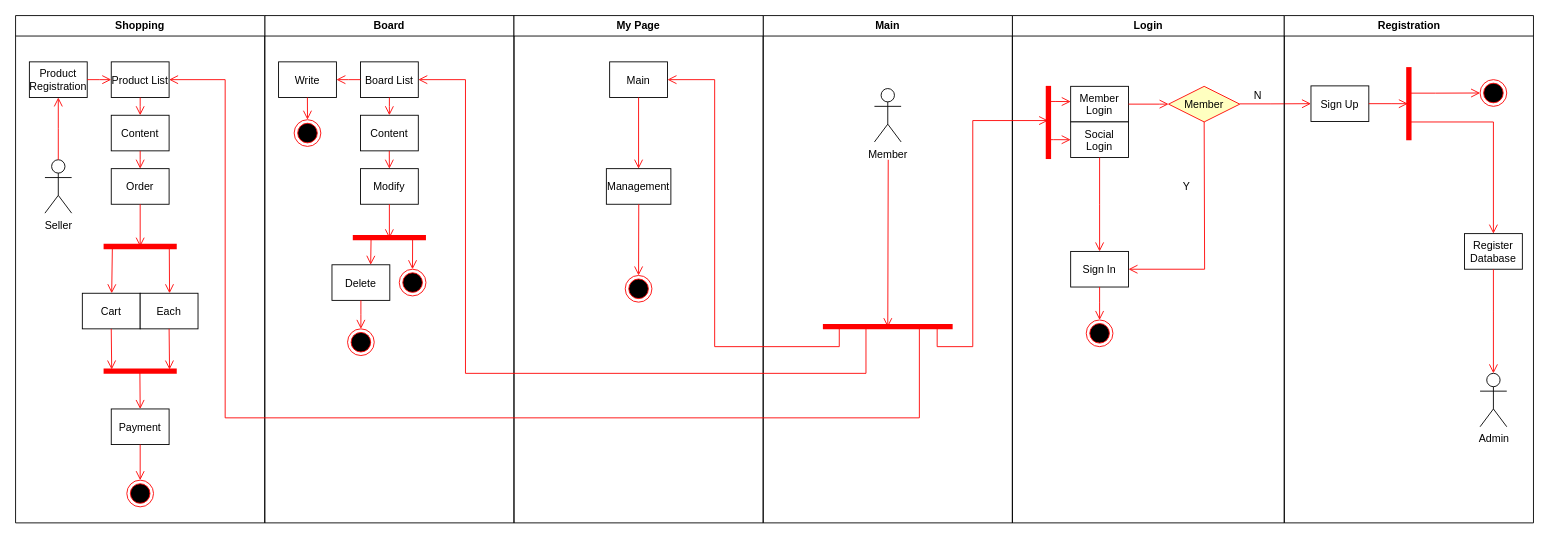
roqhdehd502/WebDev keeps this draw.io diagram as DBWebDev/UML.drawio. Above is the earlier version. Source tidied: cells renumbered, new cells numbered last; positions are measured from the earlier drawing's top-left corner, leaving out a move shared by most shapes. Both pictures are drawn from the tidied source at 89%, with x=0, y=0 at pixel (15, 15).
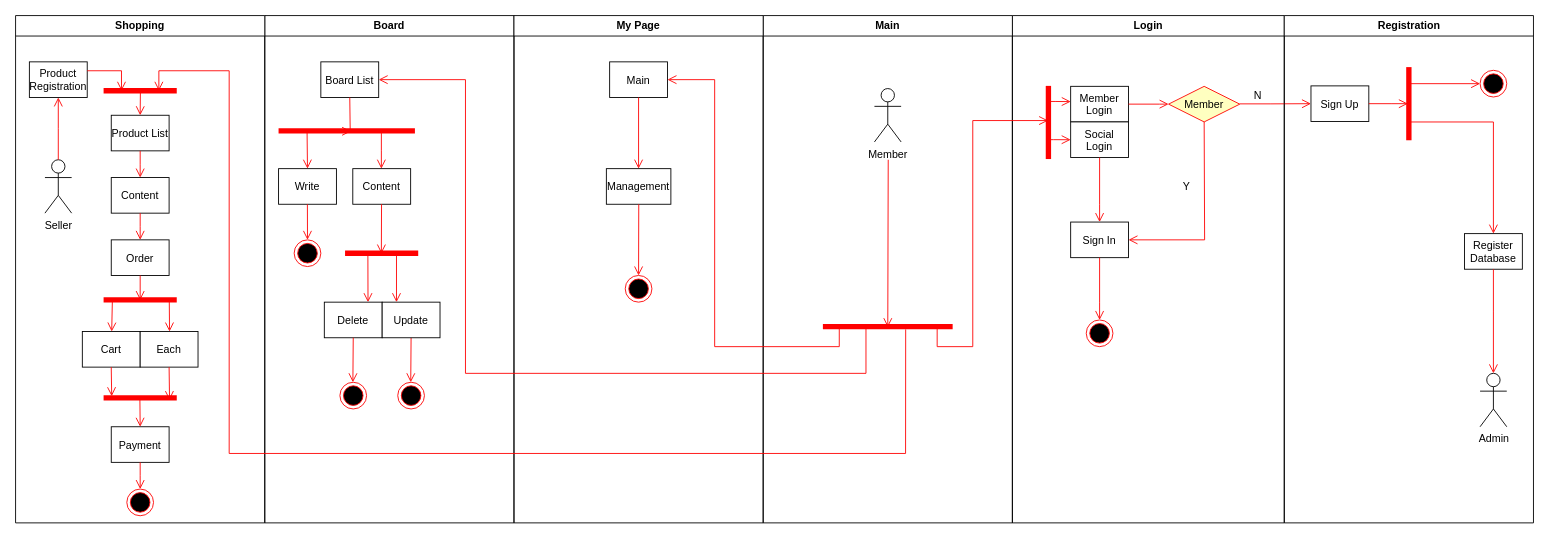
Above is the later version.

Unchanged cells that the change refers to:
```xml
<mxCell id="2" value="Login" style="swimlane;whiteSpace=wrap;" parent="1" vertex="1">
  <mxGeometry x="1120" width="305.5" height="570" as="geometry" />
</mxCell>
<mxCell id="18" value="Registration" style="swimlane;whiteSpace=wrap;" parent="1" vertex="1">
  <mxGeometry x="1425.5" width="280" height="570" as="geometry" />
</mxCell>
<mxCell id="24" style="shape=line;strokeWidth=6;strokeColor=#ff0000;rotation=90;" parent="18" vertex="1">
  <mxGeometry x="98.9" y="91.5" width="82.2" height="15" as="geometry" />
</mxCell>
<mxCell id="28" value="Main" style="swimlane;whiteSpace=wrap;" parent="1" vertex="1">
  <mxGeometry x="840" width="280" height="570" as="geometry" />
</mxCell>
<mxCell id="30" style="shape=line;strokeWidth=6;strokeColor=#ff0000;rotation=-180;" parent="28" vertex="1">
  <mxGeometry x="67.1" y="342" width="145.8" height="15" as="geometry" />
</mxCell>
<mxCell id="34" value="Board" style="swimlane;whiteSpace=wrap;startSize=23;" parent="1" vertex="1">
  <mxGeometry x="280" width="280" height="570" as="geometry" />
</mxCell>
<mxCell id="52" value="Shopping" style="swimlane;whiteSpace=wrap;startSize=23;" parent="1" vertex="1">
  <mxGeometry width="280" height="570" as="geometry" />
</mxCell>
<mxCell id="60" value="Product&#10;Registration" parent="52" vertex="1">
  <mxGeometry x="15.5" y="52" width="65" height="40" as="geometry" />
</mxCell>
```

Diff of the diagram source:
```diff
@@
     <mxCell id="11" value="Sign In" parent="2" vertex="1">
-      <mxGeometry x="65.5" y="265" width="65" height="40" as="geometry" />
+      <mxGeometry x="65.5" y="232" width="65" height="40" as="geometry" />
     </mxCell>
@@
     <mxCell id="20" style="ellipse;shape=endState;fillColor=#000000;strokeColor=#ff0000;" parent="18" vertex="1">
-      <mxGeometry x="220" y="72" width="30" height="30" as="geometry" />
+      <mxGeometry x="220" y="61.5" width="30" height="30" as="geometry" />
     </mxCell>
-    <mxCell id="21" style="edgeStyle=elbowEdgeStyle;elbow=horizontal;verticalAlign=bottom;endArrow=open;endSize=8;strokeColor=#FF0000;endFill=1;rounded=0;entryX=0;entryY=0.5;entryDx=0;entryDy=0;exitX=0.356;exitY=0.548;exitDx=0;exitDy=0;exitPerimeter=0;" parent="18" edge="1" source="24" target="20">
-      <mxGeometry x="-583" y="-560.3" as="geometry">
-        <Array as="points">
-          <mxPoint x="170" y="72" />
-        </Array>
-      </mxGeometry>
-    </mxCell>
@@
+    <mxCell id="21" style="edgeStyle=elbowEdgeStyle;elbow=horizontal;verticalAlign=bottom;endArrow=open;endSize=8;strokeColor=#FF0000;endFill=1;rounded=0;entryX=0;entryY=0.5;entryDx=0;entryDy=0;exitX=0.25;exitY=0.5;exitDx=0;exitDy=0;exitPerimeter=0;" parent="18" edge="1" source="24" target="20">
+      <mxGeometry x="-1099" y="-708.3" as="geometry">
+        <Array as="points">
+          <mxPoint x="140" y="77" />
+          <mxPoint x="165" y="77" />
+          <mxPoint x="179.5" y="80" />
+        </Array>
+      </mxGeometry>
+    </mxCell>
@@
-    <mxCell id="33" style="endArrow=none;html=1;strokeColor=#FF0000;" parent="28" edge="1">
-      <mxGeometry relative="1" as="geometry">
-        <mxPoint x="175.5" y="350" as="sourcePoint" />
-        <mxPoint x="175.5" y="452" as="targetPoint" />
-      </mxGeometry>
-    </mxCell>
@@
     <mxCell id="35" value="Board List" parent="34" vertex="1">
-      <mxGeometry x="107.5" y="52" width="65" height="40" as="geometry" />
+      <mxGeometry x="63" y="52" width="65" height="40" as="geometry" />
     </mxCell>
     <mxCell id="36" value="Content" parent="34" vertex="1">
-      <mxGeometry x="107.5" y="112" width="65" height="40" as="geometry" />
+      <mxGeometry x="98.9" y="172" width="65" height="40" as="geometry" />
     </mxCell>
     <mxCell id="37" value="Write" parent="34" vertex="1">
-      <mxGeometry x="15.5" y="52" width="65" height="40" as="geometry" />
+      <mxGeometry x="15.5" y="172" width="65" height="40" as="geometry" />
     </mxCell>
-    <mxCell id="38" value="Modify" parent="34" vertex="1">
-      <mxGeometry x="107.5" y="172" width="65" height="40" as="geometry" />
-    </mxCell>
-    <mxCell id="39" style="edgeStyle=elbowEdgeStyle;elbow=horizontal;verticalAlign=bottom;endArrow=open;endSize=8;strokeColor=#FF0000;endFill=1;rounded=0;entryX=0.5;entryY=0;entryDx=0;entryDy=0;exitX=0.5;exitY=1;exitDx=0;exitDy=0;" parent="34" edge="1" source="35" target="36">
-      <mxGeometry x="911" y="-196" as="geometry" />
-    </mxCell>
     <mxCell id="40" style="edgeStyle=elbowEdgeStyle;elbow=horizontal;verticalAlign=bottom;endArrow=open;endSize=8;strokeColor=#FF0000;endFill=1;rounded=0;entryX=0.5;entryY=0;entryDx=0;entryDy=0;exitX=0.5;exitY=1;exitDx=0;exitDy=0;" parent="34" edge="1" target="43">
-      <mxGeometry x="1494.4" y="-324" as="geometry">
-        <mxPoint x="47.9" y="92" as="sourcePoint" />
+      <mxGeometry x="1494.4" y="-204" as="geometry">
+        <mxPoint x="47.9" y="212" as="sourcePoint" />
       </mxGeometry>
     </mxCell>
-    <mxCell id="41" style="edgeStyle=elbowEdgeStyle;elbow=horizontal;verticalAlign=bottom;endArrow=open;endSize=8;strokeColor=#FF0000;endFill=1;rounded=0;entryX=0.5;entryY=0;entryDx=0;entryDy=0;exitX=0.5;exitY=1;exitDx=0;exitDy=0;" parent="34" edge="1">
-      <mxGeometry x="2261.9" y="-392" as="geometry">
-        <mxPoint x="139.9" y="152" as="sourcePoint" />
-        <mxPoint x="139.9" y="172" as="targetPoint" />
+    <mxCell id="41" style="edgeStyle=elbowEdgeStyle;elbow=horizontal;verticalAlign=bottom;endArrow=open;endSize=8;strokeColor=#FF0000;endFill=1;rounded=0;exitX=0.5;exitY=1;exitDx=0;exitDy=0;entryX=0.5;entryY=0.476;entryDx=0;entryDy=0;entryPerimeter=0;" parent="34" edge="1" target="45">
+      <mxGeometry x="2253.2" y="-332" as="geometry">
+        <mxPoint x="131.2" y="212" as="sourcePoint" />
       </mxGeometry>
     </mxCell>
     <mxCell id="42" style="ellipse;shape=endState;fillColor=#000000;strokeColor=#ff0000;" parent="34" vertex="1">
-      <mxGeometry x="151.1" y="285" width="30" height="30" as="geometry" />
+      <mxGeometry x="149.4" y="412" width="30" height="30" as="geometry" />
     </mxCell>
     <mxCell id="43" style="ellipse;shape=endState;fillColor=#000000;strokeColor=#ff0000;" parent="34" vertex="1">
-      <mxGeometry x="33" y="117" width="30" height="30" as="geometry" />
+      <mxGeometry x="33" y="252" width="30" height="30" as="geometry" />
     </mxCell>
-    <mxCell id="44" style="edgeStyle=elbowEdgeStyle;elbow=horizontal;verticalAlign=bottom;endArrow=open;endSize=8;strokeColor=#FF0000;endFill=1;rounded=0;entryX=1;entryY=0.5;entryDx=0;entryDy=0;exitX=0;exitY=0.5;exitDx=0;exitDy=0;" parent="34" edge="1" source="35" target="37">
-      <mxGeometry x="1596.5" y="-314" as="geometry" />
-    </mxCell>
     <mxCell id="45" style="shape=line;strokeWidth=6;strokeColor=#ff0000;rotation=-180;" parent="34" vertex="1">
-      <mxGeometry x="98.9" y="242" width="82.2" height="15" as="geometry" />
+      <mxGeometry x="90.2" y="259.5" width="82.2" height="15" as="geometry" />
     </mxCell>
-    <mxCell id="46" style="edgeStyle=elbowEdgeStyle;elbow=horizontal;verticalAlign=bottom;endArrow=open;endSize=8;strokeColor=#FF0000;endFill=1;rounded=0;entryX=0.504;entryY=0.45;entryDx=0;entryDy=0;exitX=0.5;exitY=1;exitDx=0;exitDy=0;entryPerimeter=0;" parent="34" edge="1" source="38" target="45">
-      <mxGeometry x="2937.4" y="-450" as="geometry" />
-    </mxCell>
     <mxCell id="47" value="Delete" parent="34" vertex="1">
-      <mxGeometry x="75.5" y="280" width="65" height="40" as="geometry" />
+      <mxGeometry x="66.9" y="322" width="65" height="40" as="geometry" />
     </mxCell>
-    <mxCell id="48" style="edgeStyle=elbowEdgeStyle;elbow=horizontal;verticalAlign=bottom;endArrow=open;endSize=8;strokeColor=#FF0000;endFill=1;rounded=0;exitX=0.75;exitY=0.5;exitDx=0;exitDy=0;exitPerimeter=0;" parent="34" edge="1" source="45" target="47">
-      <mxGeometry x="3588.7" y="-533" as="geometry" />
+    <mxCell id="48" style="edgeStyle=elbowEdgeStyle;elbow=horizontal;verticalAlign=bottom;endArrow=open;endSize=8;strokeColor=#FF0000;endFill=1;rounded=0;exitX=0.688;exitY=0.466;exitDx=0;exitDy=0;exitPerimeter=0;entryX=0.75;entryY=0;entryDx=0;entryDy=0;" parent="34" edge="1" source="45" target="47">
+      <mxGeometry x="3580.1" y="-453" as="geometry">
+        <Array as="points">
+          <mxPoint x="116" y="292" />
+        </Array>
+      </mxGeometry>
     </mxCell>
-    <mxCell id="49" style="edgeStyle=elbowEdgeStyle;elbow=horizontal;verticalAlign=bottom;endArrow=open;endSize=8;strokeColor=#FF0000;endFill=1;rounded=0;exitX=0.75;exitY=0.5;exitDx=0;exitDy=0;exitPerimeter=0;entryX=0.5;entryY=0;entryDx=0;entryDy=0;" parent="34" edge="1" target="42">
-      <mxGeometry x="4310.8" y="-661" as="geometry">
-        <mxPoint x="166.1" y="249.5" as="sourcePoint" />
+    <mxCell id="49" style="edgeStyle=elbowEdgeStyle;elbow=horizontal;verticalAlign=bottom;endArrow=open;endSize=8;strokeColor=#FF0000;endFill=1;rounded=0;exitX=0.5;exitY=1;exitDx=0;exitDy=0;entryX=0.5;entryY=0;entryDx=0;entryDy=0;" parent="34" edge="1" source="38" target="42">
+      <mxGeometry x="4288.1" y="-581" as="geometry">
+        <Array as="points">
+          <mxPoint x="164" y="382" />
+        </Array>
       </mxGeometry>
     </mxCell>
     <mxCell id="50" style="ellipse;shape=endState;fillColor=#000000;strokeColor=#ff0000;" parent="34" vertex="1">
-      <mxGeometry x="93" y="352" width="30" height="30" as="geometry" />
+      <mxGeometry x="84.4" y="412" width="30" height="30" as="geometry" />
     </mxCell>
     <mxCell id="51" style="edgeStyle=elbowEdgeStyle;elbow=horizontal;verticalAlign=bottom;endArrow=open;endSize=8;strokeColor=#FF0000;endFill=1;rounded=0;exitX=0.5;exitY=1;exitDx=0;exitDy=0;entryX=0.5;entryY=0;entryDx=0;entryDy=0;" parent="34" edge="1" source="47" target="50">
-      <mxGeometry x="4965.8" y="-692" as="geometry" />
+      <mxGeometry x="4957.1" y="-600" as="geometry">
+        <Array as="points">
+          <mxPoint x="99" y="392" />
+          <mxPoint x="116" y="392" />
+        </Array>
+      </mxGeometry>
     </mxCell>
+    <mxCell id="87" style="shape=line;strokeWidth=6;strokeColor=#ff0000;rotation=-180;" parent="34" vertex="1">
+      <mxGeometry x="15.5" y="122" width="153.2" height="15" as="geometry" />
+    </mxCell>
+    <mxCell id="88" style="edgeStyle=elbowEdgeStyle;elbow=horizontal;verticalAlign=bottom;endArrow=open;endSize=8;strokeColor=#FF0000;endFill=1;rounded=0;exitX=0.5;exitY=1;exitDx=0;exitDy=0;" parent="34" edge="1" source="35">
+      <mxGeometry x="3498.8" y="-679.6" as="geometry">
+        <mxPoint x="97" y="130" as="targetPoint" />
+      </mxGeometry>
+    </mxCell>
+    <mxCell id="89" style="edgeStyle=elbowEdgeStyle;elbow=horizontal;verticalAlign=bottom;endArrow=open;endSize=8;strokeColor=#FF0000;endFill=1;rounded=0;" parent="34" edge="1">
+      <mxGeometry x="4069.1" y="-747.6" as="geometry">
+        <mxPoint x="131" y="132" as="sourcePoint" />
+        <mxPoint x="131" y="172" as="targetPoint" />
+      </mxGeometry>
+    </mxCell>
+    <mxCell id="90" style="edgeStyle=elbowEdgeStyle;elbow=horizontal;verticalAlign=bottom;endArrow=open;endSize=8;strokeColor=#FF0000;endFill=1;rounded=0;exitX=0.791;exitY=0.452;exitDx=0;exitDy=0;exitPerimeter=0;" parent="34" edge="1" source="87">
+      <mxGeometry x="4555.9" y="-875.6" as="geometry">
+        <mxPoint x="48" y="172" as="targetPoint" />
+      </mxGeometry>
+    </mxCell>
+    <mxCell id="38" value="Update" parent="34" vertex="1">
+      <mxGeometry x="131.9" y="322" width="65" height="40" as="geometry" />
+    </mxCell>
+    <mxCell id="91" style="edgeStyle=elbowEdgeStyle;elbow=horizontal;verticalAlign=bottom;endArrow=open;endSize=8;strokeColor=#FF0000;endFill=1;rounded=0;entryX=0.25;entryY=0;entryDx=0;entryDy=0;" parent="34" edge="1" target="38">
+      <mxGeometry x="4882.2" y="-699" as="geometry">
+        <mxPoint x="148" y="267" as="sourcePoint" />
+        <Array as="points">
+          <mxPoint x="148" y="292" />
+        </Array>
+      </mxGeometry>
+    </mxCell>
@@
     <mxCell id="53" value="Product List" parent="52" vertex="1">
-      <mxGeometry x="107.5" y="52" width="65" height="40" as="geometry" />
+      <mxGeometry x="107.5" y="112" width="65" height="40" as="geometry" />
     </mxCell>
     <mxCell id="54" value="Content" parent="52" vertex="1">
-      <mxGeometry x="107.5" y="112" width="65" height="40" as="geometry" />
+      <mxGeometry x="107.5" y="182" width="65" height="40" as="geometry" />
     </mxCell>
     <mxCell id="55" value="Order" parent="52" vertex="1">
-      <mxGeometry x="107.5" y="172" width="65" height="40" as="geometry" />
+      <mxGeometry x="107.5" y="252" width="65" height="40" as="geometry" />
     </mxCell>
     <mxCell id="56" value="Cart" parent="52" vertex="1">
-      <mxGeometry x="75" y="312" width="65" height="40" as="geometry" />
+      <mxGeometry x="75" y="355" width="65" height="40" as="geometry" />
     </mxCell>
     <mxCell id="57" value="Each" parent="52" vertex="1">
-      <mxGeometry x="140" y="312" width="65" height="40" as="geometry" />
+      <mxGeometry x="140" y="355" width="65" height="40" as="geometry" />
     </mxCell>
     <mxCell id="58" value="Payment" parent="52" vertex="1">
-      <mxGeometry x="107.5" y="442" width="65" height="40" as="geometry" />
+      <mxGeometry x="107.5" y="462" width="65" height="40" as="geometry" />
     </mxCell>
@@
-    <mxCell id="62" style="edgeStyle=elbowEdgeStyle;elbow=horizontal;verticalAlign=bottom;endArrow=open;endSize=8;strokeColor=#FF0000;endFill=1;rounded=0;entryX=0;entryY=0.5;entryDx=0;entryDy=0;exitX=1;exitY=0.5;exitDx=0;exitDy=0;" parent="52" edge="1" source="60" target="53">
-      <mxGeometry x="2842" y="-432" as="geometry" />
+    <mxCell id="62" style="edgeStyle=elbowEdgeStyle;elbow=horizontal;verticalAlign=bottom;endArrow=open;endSize=8;strokeColor=#FF0000;endFill=1;rounded=0;entryX=0.75;entryY=0.5;entryDx=0;entryDy=0;exitX=1;exitY=0.25;exitDx=0;exitDy=0;entryPerimeter=0;" parent="52" edge="1" source="60" target="92">
+      <mxGeometry x="2842" y="-432" as="geometry">
+        <Array as="points">
+          <mxPoint x="119" y="72" />
+          <mxPoint x="100" y="62" />
+        </Array>
+      </mxGeometry>
     </mxCell>
     <mxCell id="63" style="edgeStyle=elbowEdgeStyle;elbow=horizontal;verticalAlign=bottom;endArrow=open;endSize=8;strokeColor=#FF0000;endFill=1;rounded=0;entryX=0.5;entryY=0;entryDx=0;entryDy=0;exitX=0.5;exitY=1;exitDx=0;exitDy=0;" parent="52" edge="1" source="53" target="54">
-      <mxGeometry x="1876.5" y="-314" as="geometry" />
+      <mxGeometry x="1876.5" y="-304" as="geometry" />
     </mxCell>
     <mxCell id="64" style="edgeStyle=elbowEdgeStyle;elbow=horizontal;verticalAlign=bottom;endArrow=open;endSize=8;strokeColor=#FF0000;endFill=1;rounded=0;entryX=0.5;entryY=0;entryDx=0;entryDy=0;exitX=0.5;exitY=1;exitDx=0;exitDy=0;" parent="52" edge="1" source="54" target="55">
-      <mxGeometry x="2842" y="-432" as="geometry" />
+      <mxGeometry x="2842" y="-362" as="geometry" />
     </mxCell>
     <mxCell id="65" style="shape=line;strokeWidth=6;strokeColor=#ff0000;rotation=-180;" parent="52" vertex="1">
-      <mxGeometry x="98.9" y="252" width="82.2" height="15" as="geometry" />
+      <mxGeometry x="98.9" y="312" width="82.2" height="15" as="geometry" />
     </mxCell>
     <mxCell id="66" style="edgeStyle=elbowEdgeStyle;elbow=horizontal;verticalAlign=bottom;endArrow=open;endSize=8;strokeColor=#FF0000;endFill=1;rounded=0;entryX=0.497;entryY=0.491;entryDx=0;entryDy=0;exitX=0.5;exitY=1;exitDx=0;exitDy=0;entryPerimeter=0;" parent="52" edge="1" source="55" target="65">
-      <mxGeometry x="2842" y="-432" as="geometry" />
+      <mxGeometry x="2842" y="-362" as="geometry" />
     </mxCell>
     <mxCell id="67" style="edgeStyle=elbowEdgeStyle;elbow=horizontal;verticalAlign=bottom;endArrow=open;endSize=8;strokeColor=#FF0000;endFill=1;rounded=0;entryX=0.5;entryY=0;entryDx=0;entryDy=0;exitX=0.88;exitY=0.442;exitDx=0;exitDy=0;exitPerimeter=0;" parent="52" edge="1" source="65" target="56">
-      <mxGeometry x="3807.5" y="-550" as="geometry" />
+      <mxGeometry x="3807.5" y="-480" as="geometry" />
     </mxCell>
     <mxCell id="68" style="edgeStyle=elbowEdgeStyle;elbow=horizontal;verticalAlign=bottom;endArrow=open;endSize=8;strokeColor=#FF0000;endFill=1;rounded=0;entryX=0.5;entryY=0;entryDx=0;entryDy=0;exitX=0.102;exitY=0.392;exitDx=0;exitDy=0;exitPerimeter=0;" parent="52" edge="1" source="65" target="57">
-      <mxGeometry x="4841" y="-686.4" as="geometry" />
+      <mxGeometry x="4841" y="-616.4" as="geometry" />
     </mxCell>
     <mxCell id="69" style="shape=line;strokeWidth=6;strokeColor=#ff0000;rotation=-180;" parent="52" vertex="1">
-      <mxGeometry x="98.9" y="392" width="82.2" height="15" as="geometry" />
+      <mxGeometry x="98.9" y="422" width="82.2" height="15" as="geometry" />
     </mxCell>
     <mxCell id="70" style="edgeStyle=elbowEdgeStyle;elbow=horizontal;verticalAlign=bottom;endArrow=open;endSize=8;strokeColor=#FF0000;endFill=1;rounded=0;exitX=0.5;exitY=1;exitDx=0;exitDy=0;entryX=0.892;entryY=0.623;entryDx=0;entryDy=0;entryPerimeter=0;" parent="52" edge="1" source="56" target="69">
-      <mxGeometry x="4763" y="-576.4" as="geometry" />
+      <mxGeometry x="4763" y="-506.4" as="geometry" />
     </mxCell>
-    <mxCell id="71" style="edgeStyle=elbowEdgeStyle;elbow=horizontal;verticalAlign=bottom;endArrow=open;endSize=8;strokeColor=#FF0000;endFill=1;rounded=0;exitX=0.5;exitY=1;exitDx=0;exitDy=0;entryX=0.892;entryY=0.623;entryDx=0;entryDy=0;entryPerimeter=0;" parent="52" edge="1">
-      <mxGeometry x="5783.5" y="-704.4" as="geometry">
-        <mxPoint x="172.5" y="352" as="sourcePoint" />
-        <mxPoint x="172.8" y="397.7" as="targetPoint" />
+    <mxCell id="71" style="edgeStyle=elbowEdgeStyle;elbow=horizontal;verticalAlign=bottom;endArrow=open;endSize=8;strokeColor=#FF0000;endFill=1;rounded=0;exitX=0.5;exitY=1;exitDx=0;exitDy=0;" parent="52" edge="1" source="57">
+      <mxGeometry x="5783.5" y="-634.4" as="geometry">
+        <mxPoint x="173" y="432" as="targetPoint" />
       </mxGeometry>
     </mxCell>
-    <mxCell id="72" style="edgeStyle=elbowEdgeStyle;elbow=horizontal;verticalAlign=bottom;endArrow=open;endSize=8;strokeColor=#FF0000;endFill=1;rounded=0;exitX=0.504;exitY=0.501;exitDx=0;exitDy=0;exitPerimeter=0;" parent="52" edge="1" source="69">
-      <mxGeometry x="5763.9" y="-668.5" as="geometry">
-        <mxPoint x="139.5" y="442" as="targetPoint" />
-      </mxGeometry>
+    <mxCell id="72" style="edgeStyle=elbowEdgeStyle;elbow=horizontal;verticalAlign=bottom;endArrow=open;endSize=8;strokeColor=#FF0000;endFill=1;rounded=0;exitX=0.504;exitY=0.501;exitDx=0;exitDy=0;exitPerimeter=0;entryX=0.5;entryY=0;entryDx=0;entryDy=0;" parent="52" edge="1" source="69" target="58">
+      <mxGeometry x="5763.9" y="-598.5" as="geometry" />
     </mxCell>
     <mxCell id="73" style="ellipse;shape=endState;fillColor=#000000;strokeColor=#ff0000;" parent="52" vertex="1">
-      <mxGeometry x="125" y="522" width="30" height="30" as="geometry" />
+      <mxGeometry x="125" y="532" width="30" height="30" as="geometry" />
     </mxCell>
     <mxCell id="74" style="edgeStyle=elbowEdgeStyle;elbow=horizontal;verticalAlign=bottom;endArrow=open;endSize=8;strokeColor=#FF0000;endFill=1;rounded=0;exitX=0.5;exitY=1;exitDx=0;exitDy=0;" parent="52" edge="1" source="58">
-      <mxGeometry x="6719.4" y="-704" as="geometry">
-        <mxPoint x="139.5" y="522" as="targetPoint" />
+      <mxGeometry x="6719.4" y="-634" as="geometry">
+        <mxPoint x="140" y="532" as="targetPoint" />
       </mxGeometry>
     </mxCell>
+    <mxCell id="92" style="shape=line;strokeWidth=6;strokeColor=#ff0000;rotation=-180;" parent="52" vertex="1">
+      <mxGeometry x="98.9" y="77" width="82.2" height="15" as="geometry" />
+    </mxCell>
+    <mxCell id="93" style="edgeStyle=elbowEdgeStyle;elbow=horizontal;verticalAlign=bottom;endArrow=open;endSize=8;strokeColor=#FF0000;endFill=1;rounded=0;exitX=0.497;exitY=0.458;exitDx=0;exitDy=0;exitPerimeter=0;" parent="52" edge="1" source="92">
+      <mxGeometry x="2726.1" y="-482" as="geometry">
+        <mxPoint x="140" y="112" as="targetPoint" />
+      </mxGeometry>
+    </mxCell>
+    <mxCell id="94" style="edgeStyle=elbowEdgeStyle;elbow=horizontal;verticalAlign=bottom;endArrow=open;endSize=8;strokeColor=#FF0000;endFill=1;rounded=0;entryX=0.25;entryY=0.5;entryDx=0;entryDy=0;entryPerimeter=0;" parent="52" edge="1" target="92">
+      <mxGeometry x="3596.2" y="-645" as="geometry">
+        <mxPoint x="240" y="62" as="sourcePoint" />
+        <Array as="points">
+          <mxPoint x="161" y="72" />
+        </Array>
+      </mxGeometry>
+    </mxCell>
@@
-    <mxCell id="85" style="edgeStyle=elbowEdgeStyle;elbow=horizontal;verticalAlign=bottom;endArrow=open;endSize=8;strokeColor=#FF0000;endFill=1;rounded=0;entryX=1;entryY=0.5;entryDx=0;entryDy=0;" parent="1" edge="1" target="53">
-      <mxGeometry x="16" y="-199" as="geometry">
-        <mxPoint x="1015.5" y="452" as="sourcePoint" />
-        <Array as="points">
-          <mxPoint x="235.5" y="422" />
-          <mxPoint x="235.5" y="512" />
-          <mxPoint x="235.5" y="382" />
-          <mxPoint x="905.5" y="252" />
-          <mxPoint x="805.5" y="162" />
-        </Array>
-      </mxGeometry>
-    </mxCell>
@@
+    <mxCell id="95" style="endArrow=none;html=1;strokeColor=#FF0000;" parent="1" edge="1">
+      <mxGeometry relative="1" as="geometry">
+        <mxPoint x="240" y="492" as="sourcePoint" />
+        <mxPoint x="240" y="62" as="targetPoint" />
+      </mxGeometry>
+    </mxCell>
+    <mxCell id="96" style="endArrow=none;html=1;strokeColor=#FF0000;" parent="1" edge="1">
+      <mxGeometry relative="1" as="geometry">
+        <mxPoint x="240" y="492" as="sourcePoint" />
+        <mxPoint x="1000" y="492" as="targetPoint" />
+      </mxGeometry>
+    </mxCell>
+    <mxCell id="97" style="endArrow=none;html=1;entryX=0.362;entryY=0.291;entryDx=0;entryDy=0;entryPerimeter=0;strokeColor=#FF0000;" parent="1" edge="1" target="30">
+      <mxGeometry relative="1" as="geometry">
+        <mxPoint x="1000" y="492" as="sourcePoint" />
+      </mxGeometry>
+    </mxCell>
```
